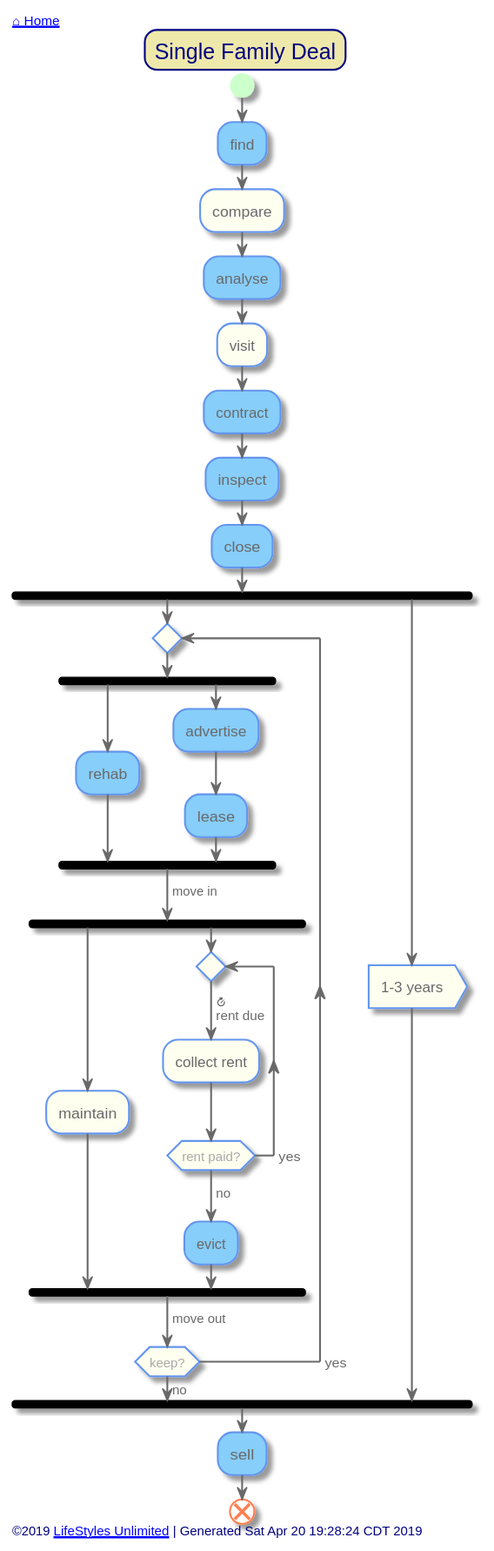
The PlantUML diagram out/src/single-family/single-family-deal.svg in toddmo/lifestylesunlimited, before a commit.
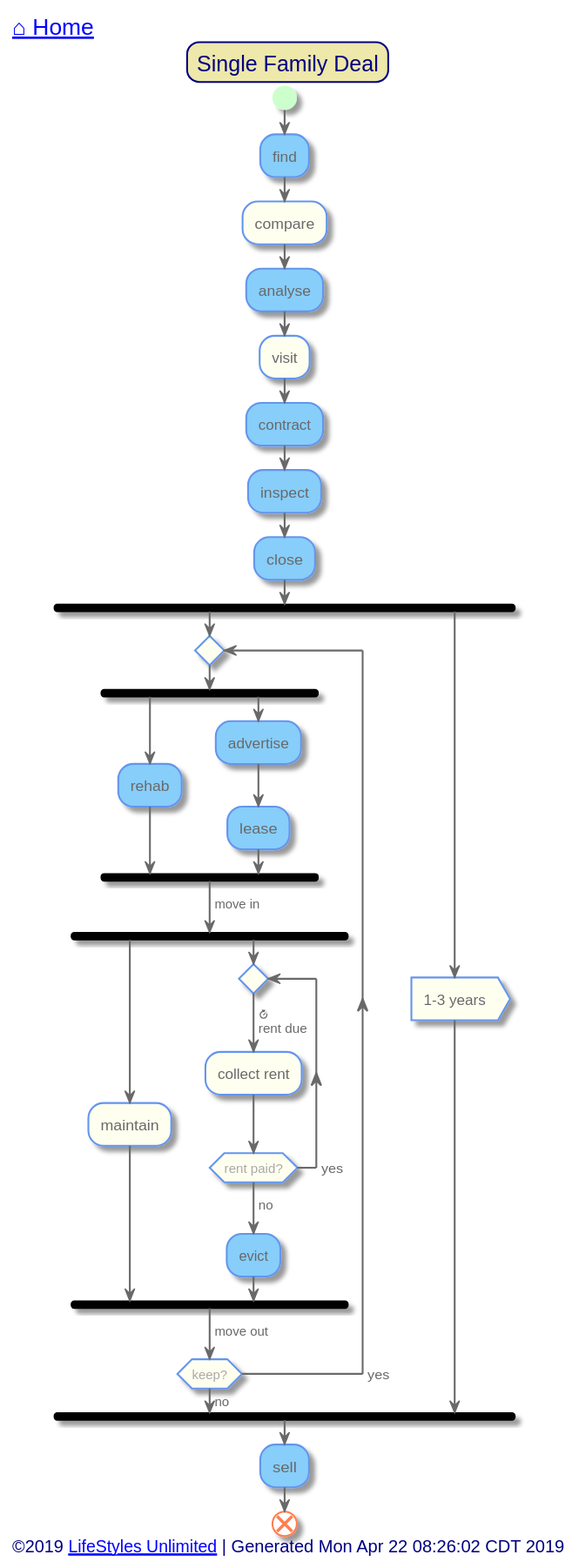
After the change.

Diff of the diagram source:
```diff
@@ -73,7 +73,7 @@
 
 
 left header
-	<font color=Navy>[[../index.svg ⌂ Home]]</font>
+	<font color=Navy size=18>[[../index.svg ⌂ Home]]</font>
 endheader
 
 
@@ -118,7 +118,7 @@
 
 
 left footer
-	©2019 [[http://www.lifestylesunlimited.com LifeStyles Unlimited]] | Generated Sat Apr 20 19:28:24 CDT 2019
+	<font size=14>©2019 [[http://www.lifestylesunlimited.com LifeStyles Unlimited]] | Generated Mon Apr 22 08:26:02 CDT 2019</font>
 endfooter
 
 
```
